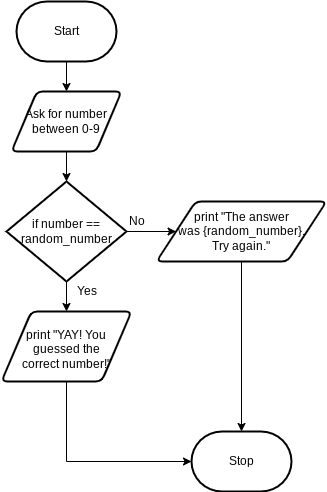
Earlier version of the draw.io export design/flowchart.png (Johanna-liu16/ICS3U-Unit-3-04-python). Source tidied: cells renumbered, new cells last; positions are measured from the earlier drawing's top-left corner, leaving out a move shared by most shapes. Source of this version:
```xml
<mxGraphModel>
  <root>
    <mxCell id="0" />
    <mxCell id="1" parent="0" />
    <mxCell id="2" style="edgeStyle=none;html=1;entryX=0.5;entryY=0;entryDx=0;entryDy=0;" parent="1" edge="1" source="3" target="6">
      <mxGeometry relative="1" as="geometry" />
    </mxCell>
    <mxCell id="3" value="Start" style="strokeWidth=2;html=1;shape=mxgraph.flowchart.terminator;whiteSpace=wrap;" parent="1" vertex="1">
      <mxGeometry x="15" width="100" height="60" as="geometry" />
    </mxCell>
    <mxCell id="4" value="Stop" style="strokeWidth=2;html=1;shape=mxgraph.flowchart.terminator;whiteSpace=wrap;" parent="1" vertex="1">
      <mxGeometry x="190" y="430" width="100" height="60" as="geometry" />
    </mxCell>
    <mxCell id="5" style="edgeStyle=none;html=1;entryX=0.5;entryY=0;entryDx=0;entryDy=0;entryPerimeter=0;" parent="1" edge="1" source="6" target="9">
      <mxGeometry relative="1" as="geometry" />
    </mxCell>
    <mxCell id="6" value="Ask for number between 0-9" style="shape=parallelogram;html=1;strokeWidth=2;perimeter=parallelogramPerimeter;whiteSpace=wrap;rounded=1;arcSize=12;size=0.23;" parent="1" vertex="1">
      <mxGeometry x="10" y="90" width="110" height="60" as="geometry" />
    </mxCell>
    <mxCell id="7" style="edgeStyle=none;html=1;" parent="1" edge="1" source="9" target="11">
      <mxGeometry relative="1" as="geometry" />
    </mxCell>
    <mxCell id="8" style="edgeStyle=none;html=1;entryX=0;entryY=0.5;entryDx=0;entryDy=0;" parent="1" edge="1" source="9" target="13">
      <mxGeometry relative="1" as="geometry" />
    </mxCell>
    <mxCell id="9" value="if number == random_number" style="strokeWidth=2;html=1;shape=mxgraph.flowchart.decision;whiteSpace=wrap;" parent="1" vertex="1">
      <mxGeometry x="5" y="180" width="120" height="100" as="geometry" />
    </mxCell>
    <mxCell id="10" style="edgeStyle=none;html=1;entryX=0;entryY=0.5;entryDx=0;entryDy=0;entryPerimeter=0;rounded=0;" parent="1" edge="1" source="11" target="4">
      <mxGeometry relative="1" as="geometry">
        <Array as="points">
          <mxPoint x="65" y="460" />
        </Array>
      </mxGeometry>
    </mxCell>
    <mxCell id="11" value="print &quot;YAY! You guessed the &lt;br&gt;correct number!&quot;" style="shape=parallelogram;html=1;strokeWidth=2;perimeter=parallelogramPerimeter;whiteSpace=wrap;rounded=1;arcSize=12;size=0.23;spacingLeft=0;spacingBottom=-5;" parent="1" vertex="1">
      <mxGeometry y="310" width="130" height="70" as="geometry" />
    </mxCell>
    <mxCell id="12" style="edgeStyle=none;rounded=0;html=1;entryX=0.5;entryY=0;entryDx=0;entryDy=0;entryPerimeter=0;" parent="1" edge="1" source="13" target="4">
      <mxGeometry relative="1" as="geometry" />
    </mxCell>
    <mxCell id="13" value="print &quot;The answer &lt;br&gt;was {random_number}.&lt;br&gt;Try again.&quot;" style="shape=parallelogram;html=1;strokeWidth=2;perimeter=parallelogramPerimeter;whiteSpace=wrap;rounded=1;arcSize=12;size=0.23;" parent="1" vertex="1">
      <mxGeometry x="155" y="200" width="170" height="60" as="geometry" />
    </mxCell>
    <mxCell id="14" value="No" style="text;html=1;align=center;verticalAlign=middle;strokeColor=none;fillColor=none;" parent="1" vertex="1">
      <mxGeometry x="120" y="210" width="30" height="20" as="geometry" />
    </mxCell>
    <mxCell id="15" value="Yes" style="text;html=1;align=center;verticalAlign=middle;strokeColor=none;fillColor=none;" parent="1" vertex="1">
      <mxGeometry x="65" y="280" width="40" height="20" as="geometry" />
    </mxCell>
  </root>
</mxGraphModel>
```
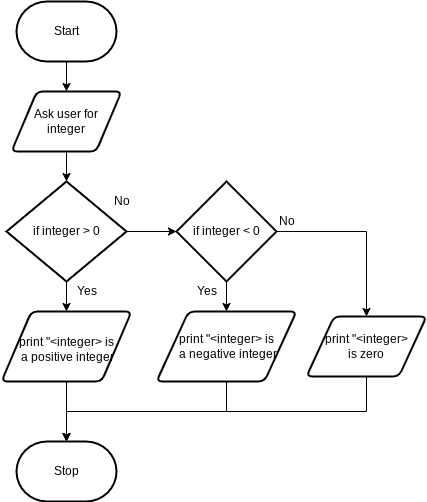
After the change.

What changed in the source:
```diff
@@ -9,44 +9,75 @@
       <mxGeometry x="15" width="100" height="60" as="geometry" />
     </mxCell>
     <mxCell id="4" value="Stop" style="strokeWidth=2;html=1;shape=mxgraph.flowchart.terminator;whiteSpace=wrap;" parent="1" vertex="1">
-      <mxGeometry x="190" y="430" width="100" height="60" as="geometry" />
+      <mxGeometry x="15" y="440" width="100" height="60" as="geometry" />
     </mxCell>
     <mxCell id="5" style="edgeStyle=none;html=1;entryX=0.5;entryY=0;entryDx=0;entryDy=0;entryPerimeter=0;" parent="1" edge="1" source="6" target="9">
       <mxGeometry relative="1" as="geometry" />
     </mxCell>
-    <mxCell id="6" value="Ask for number between 0-9" style="shape=parallelogram;html=1;strokeWidth=2;perimeter=parallelogramPerimeter;whiteSpace=wrap;rounded=1;arcSize=12;size=0.23;" parent="1" vertex="1">
+    <mxCell id="6" value="Ask user for &lt;br&gt;integer" style="shape=parallelogram;html=1;strokeWidth=2;perimeter=parallelogramPerimeter;whiteSpace=wrap;rounded=1;arcSize=12;size=0.23;" parent="1" vertex="1">
       <mxGeometry x="10" y="90" width="110" height="60" as="geometry" />
     </mxCell>
     <mxCell id="7" style="edgeStyle=none;html=1;" parent="1" edge="1" source="9" target="11">
       <mxGeometry relative="1" as="geometry" />
     </mxCell>
-    <mxCell id="8" style="edgeStyle=none;html=1;entryX=0;entryY=0.5;entryDx=0;entryDy=0;" parent="1" edge="1" source="9" target="13">
-      <mxGeometry relative="1" as="geometry" />
-    </mxCell>
+    <mxCell id="16" style="edgeStyle=none;html=1;" parent="1" edge="1" source="9" target="19">
+      <mxGeometry relative="1" as="geometry" />
+    </mxCell>
-    <mxCell id="9" value="if number == random_number" style="strokeWidth=2;html=1;shape=mxgraph.flowchart.decision;whiteSpace=wrap;" parent="1" vertex="1">
+    <mxCell id="9" value="if integer &amp;gt; 0" style="strokeWidth=2;html=1;shape=mxgraph.flowchart.decision;whiteSpace=wrap;" parent="1" vertex="1">
       <mxGeometry x="5" y="180" width="120" height="100" as="geometry" />
     </mxCell>
-    <mxCell id="10" style="edgeStyle=none;html=1;entryX=0;entryY=0.5;entryDx=0;entryDy=0;entryPerimeter=0;rounded=0;" parent="1" edge="1" source="11" target="4">
-      <mxGeometry relative="1" as="geometry">
-        <Array as="points">
-          <mxPoint x="65" y="460" />
-        </Array>
-      </mxGeometry>
+    <mxCell id="10" style="edgeStyle=none;rounded=0;html=1;" parent="1" edge="1" source="11" target="4">
+      <mxGeometry relative="1" as="geometry" />
     </mxCell>
-    <mxCell id="11" value="print &quot;YAY! You guessed the &lt;br&gt;correct number!&quot;" style="shape=parallelogram;html=1;strokeWidth=2;perimeter=parallelogramPerimeter;whiteSpace=wrap;rounded=1;arcSize=12;size=0.23;spacingLeft=0;spacingBottom=-5;" parent="1" vertex="1">
+    <mxCell id="11" value="print &quot;&amp;lt;integer&amp;gt; is&lt;br&gt;&amp;nbsp;a positive integer" style="shape=parallelogram;html=1;strokeWidth=2;perimeter=parallelogramPerimeter;whiteSpace=wrap;rounded=1;arcSize=12;size=0.23;spacingLeft=0;spacingBottom=-5;" parent="1" vertex="1">
       <mxGeometry y="310" width="130" height="70" as="geometry" />
     </mxCell>
-    <mxCell id="12" style="edgeStyle=none;rounded=0;html=1;entryX=0.5;entryY=0;entryDx=0;entryDy=0;entryPerimeter=0;" parent="1" edge="1" source="13" target="4">
-      <mxGeometry relative="1" as="geometry" />
-    </mxCell>
-    <mxCell id="13" value="print &quot;The answer &lt;br&gt;was {random_number}.&lt;br&gt;Try again.&quot;" style="shape=parallelogram;html=1;strokeWidth=2;perimeter=parallelogramPerimeter;whiteSpace=wrap;rounded=1;arcSize=12;size=0.23;" parent="1" vertex="1">
-      <mxGeometry x="155" y="200" width="170" height="60" as="geometry" />
-    </mxCell>
     <mxCell id="14" value="No" style="text;html=1;align=center;verticalAlign=middle;strokeColor=none;fillColor=none;" parent="1" vertex="1">
-      <mxGeometry x="120" y="210" width="30" height="20" as="geometry" />
+      <mxGeometry x="105" y="190" width="30" height="20" as="geometry" />
     </mxCell>
     <mxCell id="15" value="Yes" style="text;html=1;align=center;verticalAlign=middle;strokeColor=none;fillColor=none;" parent="1" vertex="1">
       <mxGeometry x="65" y="280" width="40" height="20" as="geometry" />
     </mxCell>
+    <mxCell id="17" style="edgeStyle=none;html=1;" parent="1" edge="1" source="19" target="23">
+      <mxGeometry relative="1" as="geometry" />
+    </mxCell>
+    <mxCell id="18" style="edgeStyle=none;html=1;rounded=0;" parent="1" edge="1" source="19" target="21">
+      <mxGeometry relative="1" as="geometry">
+        <Array as="points">
+          <mxPoint x="365" y="230" />
+        </Array>
+      </mxGeometry>
+    </mxCell>
+    <mxCell id="19" value="if integer &amp;lt; 0" style="strokeWidth=2;html=1;shape=mxgraph.flowchart.decision;whiteSpace=wrap;" parent="1" vertex="1">
+      <mxGeometry x="175" y="180" width="100" height="100" as="geometry" />
+    </mxCell>
+    <mxCell id="20" style="edgeStyle=none;rounded=0;html=1;exitX=0.5;exitY=1;exitDx=0;exitDy=0;entryX=0.5;entryY=0;entryDx=0;entryDy=0;entryPerimeter=0;" parent="1" edge="1" source="21" target="4">
+      <mxGeometry relative="1" as="geometry">
+        <Array as="points">
+          <mxPoint x="365" y="410" />
+          <mxPoint x="65" y="410" />
+        </Array>
+      </mxGeometry>
+    </mxCell>
+    <mxCell id="21" value="&lt;span&gt;print &quot;&amp;lt;integer&amp;gt; is&amp;nbsp;&lt;/span&gt;&lt;span&gt;zero&lt;/span&gt;" style="shape=parallelogram;html=1;strokeWidth=2;perimeter=parallelogramPerimeter;whiteSpace=wrap;rounded=1;arcSize=12;size=0.23;" parent="1" vertex="1">
+      <mxGeometry x="305" y="315" width="120" height="60" as="geometry" />
+    </mxCell>
+    <mxCell id="22" style="edgeStyle=none;rounded=0;html=1;entryX=0.5;entryY=0;entryDx=0;entryDy=0;entryPerimeter=0;" parent="1" edge="1" source="23" target="4">
+      <mxGeometry relative="1" as="geometry">
+        <Array as="points">
+          <mxPoint x="225" y="410" />
+          <mxPoint x="65" y="410" />
+        </Array>
+      </mxGeometry>
+    </mxCell>
+    <mxCell id="23" value="&lt;span&gt;print &quot;&amp;lt;integer&amp;gt; is&lt;/span&gt;&lt;br&gt;&lt;span&gt;&amp;nbsp;a negative integer&lt;/span&gt;" style="shape=parallelogram;html=1;strokeWidth=2;perimeter=parallelogramPerimeter;whiteSpace=wrap;rounded=1;arcSize=12;size=0.23;" parent="1" vertex="1">
+      <mxGeometry x="155" y="310" width="140" height="70" as="geometry" />
+    </mxCell>
+    <mxCell id="24" value="Yes" style="text;html=1;align=center;verticalAlign=middle;strokeColor=none;fillColor=none;" parent="1" vertex="1">
+      <mxGeometry x="185" y="280" width="40" height="20" as="geometry" />
+    </mxCell>
+    <mxCell id="25" value="No" style="text;html=1;align=center;verticalAlign=middle;strokeColor=none;fillColor=none;" parent="1" vertex="1">
+      <mxGeometry x="270" y="210" width="30" height="20" as="geometry" />
+    </mxCell>
   </root>
 </mxGraphModel>
```
